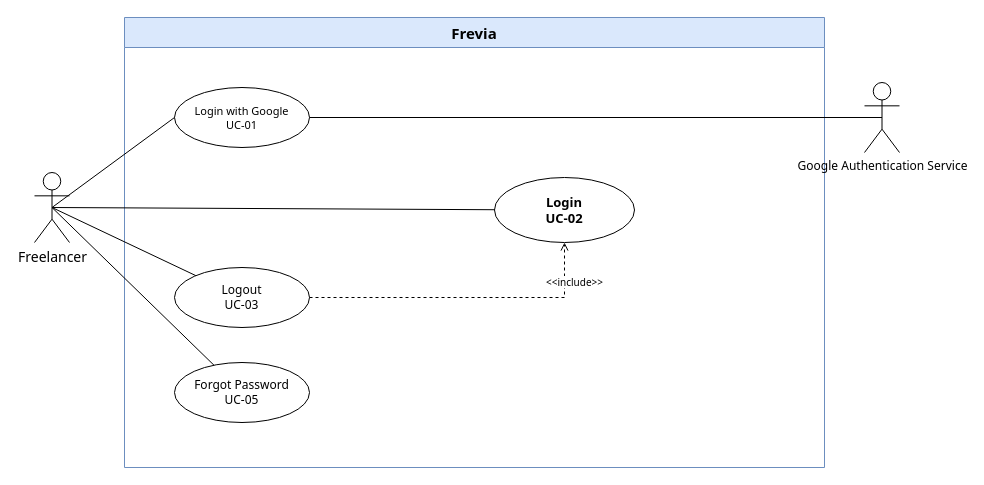
This is page "Freelancer 1/7" (1 of 7) of uc-diagrams/Freelancer.drawio from Thunggg/Frevia, a draw.io file, before an edit. Source tidied: cells renumbered, new cells numbered last; positions are measured from the earlier drawing's top-left corner, leaving out a move shared by most shapes. Both pictures are drawn from the tidied source at 100%, with x=0, y=0 at pixel (34, 17).
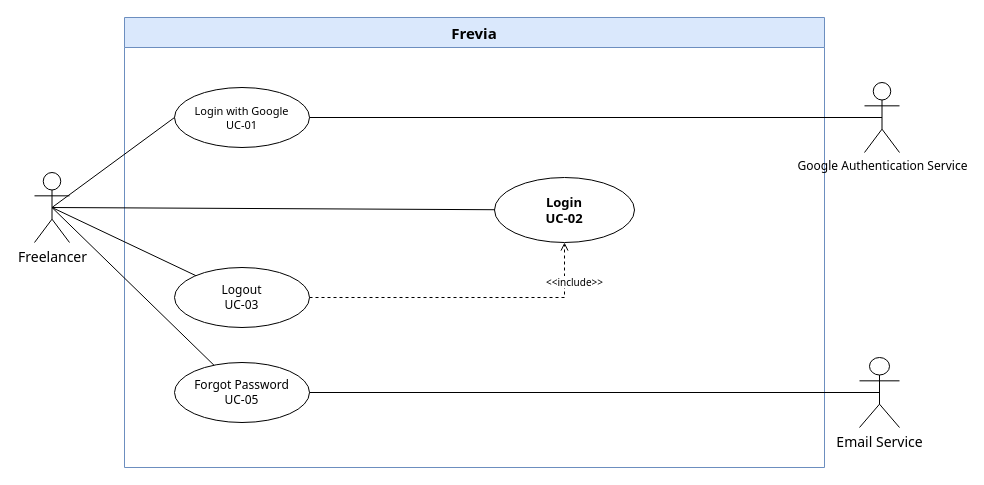
The same page after the edit.

Diff of the diagram source:
```diff
@@
 <mxGraphModel>
   <root>
     <mxCell id="0" />
     <mxCell id="1" parent="0" />
     <mxCell id="2" value="Frevia" style="swimlane;whiteSpace=wrap;html=1;startSize=30;fontSize=15;fontFamily=Tahoma;fontStyle=1;fillColor=#dae8fc;strokeColor=#6c8ebf;" parent="1" vertex="1">
       <mxGeometry x="90" width="700" height="450" as="geometry" />
     </mxCell>
     <mxCell id="3" value="Logout&#10;UC-03" style="ellipse;whiteSpace=wrap;html=1;fontSize=12;fontFamily=Tahoma;fontStyle=0;fillColor=#ffffff;strokeColor=#000000;" parent="2" vertex="1">
       <mxGeometry x="50" y="250" width="135" height="60" as="geometry" />
     </mxCell>
     <mxCell id="4" value="Login&#10;UC-02" style="ellipse;whiteSpace=wrap;html=1;fontSize=13;fontFamily=Tahoma;fontStyle=1;fillColor=#ffffff;strokeColor=#000000;" parent="2" vertex="1">
       <mxGeometry x="370" y="160" width="140" height="65" as="geometry" />
     </mxCell>
     <mxCell id="5" value="Forgot Password&#10;UC-05" style="ellipse;whiteSpace=wrap;html=1;fontSize=12;fontFamily=Tahoma;fontStyle=0;fillColor=#ffffff;strokeColor=#000000;" parent="2" vertex="1">
       <mxGeometry x="50" y="345" width="135" height="60" as="geometry" />
     </mxCell>
     <mxCell id="6" value="Login with Google&#10;UC-01" style="ellipse;whiteSpace=wrap;html=1;fontSize=11;fontFamily=Tahoma;fontStyle=0;fillColor=#ffffff;strokeColor=#000000;" parent="2" vertex="1">
       <mxGeometry x="50" y="70" width="135" height="60" as="geometry" />
     </mxCell>
     <mxCell id="7" value="Freelancer" style="shape=umlActor;verticalLabelPosition=bottom;verticalAlign=top;html=1;outlineConnect=0;fontSize=14;fontFamily=Tahoma;" parent="1" vertex="1">
       <mxGeometry y="155" width="35" height="70" as="geometry" />
     </mxCell>
     <mxCell id="8" style="endArrow=none;html=1;rounded=0;fontFamily=Tahoma;fontSize=13;exitX=0.5;exitY=0.5;exitDx=0;exitDy=0;exitPerimeter=0;" parent="1" edge="1" source="7" target="3">
       <mxGeometry relative="1" as="geometry" />
     </mxCell>
     <mxCell id="9" style="endArrow=none;html=1;rounded=0;fontFamily=Tahoma;fontSize=13;exitX=0.5;exitY=0.5;exitDx=0;exitDy=0;exitPerimeter=0;" parent="1" edge="1" source="7" target="4">
       <mxGeometry relative="1" as="geometry" />
     </mxCell>
     <mxCell id="10" value="&amp;lt;&amp;lt;include&amp;gt;&amp;gt;" style="edgeStyle=orthogonalEdgeStyle;rounded=0;endArrow=open;dashed=1;html=1;strokeColor=#000000;fontSize=10;fontFamily=Tahoma;labelBackgroundColor=#ffffff;align=center;verticalAlign=middle;" parent="1" edge="1" source="3" target="4">
       <mxGeometry x="0.75" y="-10" relative="1" as="geometry" />
     </mxCell>
     <mxCell id="11" style="endArrow=none;html=1;rounded=0;fontFamily=Tahoma;fontSize=13;exitX=0.5;exitY=0.5;exitDx=0;exitDy=0;exitPerimeter=0;" parent="1" edge="1" source="7" target="5">
       <mxGeometry relative="1" as="geometry" />
     </mxCell>
     <mxCell id="12" value="Google Authentication Service" style="shape=umlActor;verticalLabelPosition=bottom;verticalAlign=top;html=1;outlineConnect=0;fontSize=12;fontFamily=Tahoma;" parent="1" vertex="1">
       <mxGeometry x="830" y="65" width="35" height="70" as="geometry" />
     </mxCell>
     <mxCell id="13" style="endArrow=none;html=1;rounded=0;fontFamily=Tahoma;fontSize=13;exitX=0.5;exitY=0.5;exitDx=0;exitDy=0;exitPerimeter=0;entryX=0;entryY=0.5;entryDx=0;entryDy=0;" parent="1" edge="1" source="7" target="6">
       <mxGeometry relative="1" as="geometry" />
     </mxCell>
     <mxCell id="14" style="endArrow=none;html=1;rounded=0;fontFamily=Tahoma;fontSize=13;entryX=0.5;entryY=0.5;entryDx=0;entryDy=0;entryPerimeter=0;" parent="1" edge="1" source="6" target="12">
       <mxGeometry relative="1" as="geometry" />
     </mxCell>
+    <mxCell id="15" value="Email Service" style="shape=umlActor;verticalLabelPosition=bottom;verticalAlign=top;html=1;outlineConnect=0;fontSize=14;fontFamily=Tahoma;" parent="1" vertex="1">
+      <mxGeometry x="825" y="340" width="40" height="70" as="geometry" />
+    </mxCell>
+    <mxCell id="16" style="endArrow=none;html=1;rounded=0;fontFamily=Tahoma;fontSize=13;entryX=0.5;entryY=0.5;entryDx=0;entryDy=0;entryPerimeter=0;" parent="1" edge="1" source="5" target="15">
+      <mxGeometry relative="1" as="geometry" />
+    </mxCell>
   </root>
 </mxGraphModel>
```
